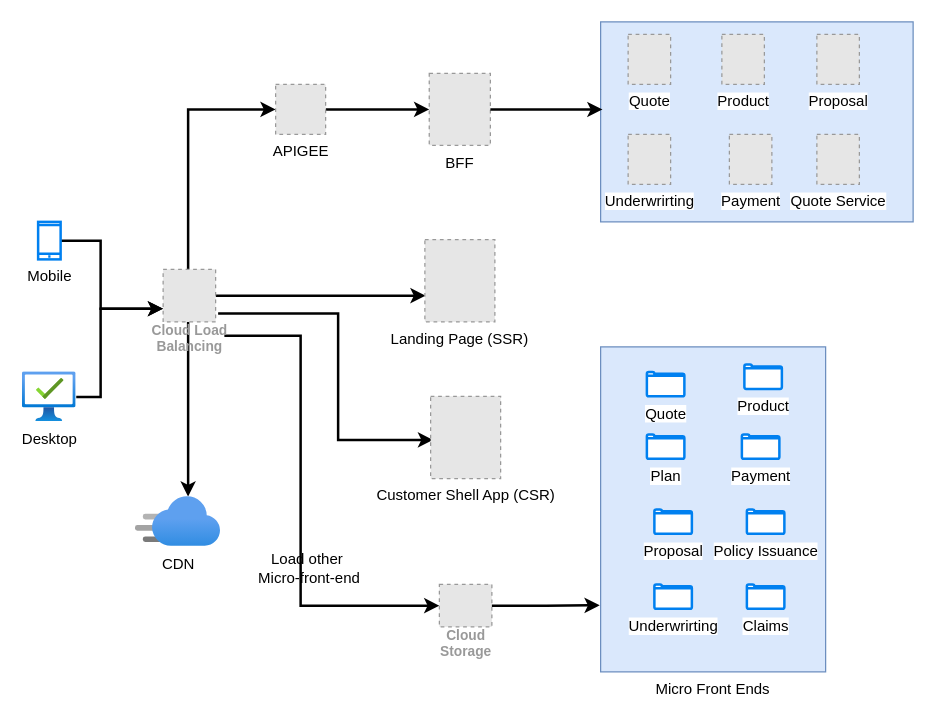
Before: page "Page-2" (2 of 7) of src/Untitled Diagram.drawio in vnshtiwari/root-config, a draw.io diagram. Source tidied: cells renumbered, new cells numbered last; positions are measured from the earlier drawing's top-left corner, leaving out a move shared by most shapes. Both pictures are drawn from the tidied source at 125%, with x=0, y=0 at pixel (21, 21). Pictures stored in the file or linked from it are replaced by grey dashed boxes.
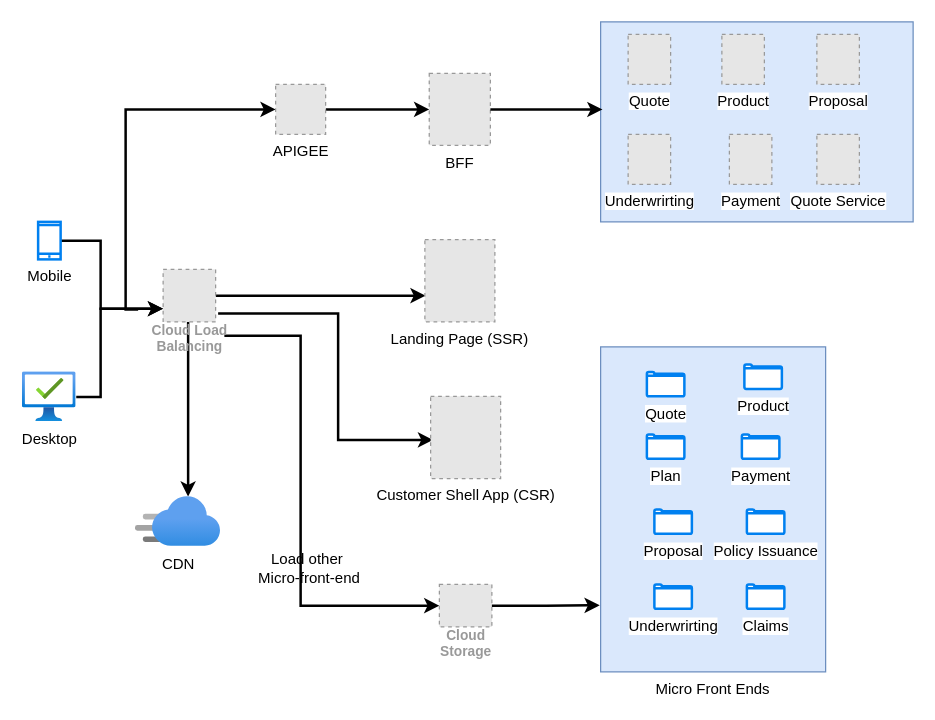
The same page after the edit.

Unchanged cells that the change refers to:
```xml
<mxCell id="12" value="Cloud Load&#10;Balancing" style="fillColor=#E6E6E6;strokeColor=#999999;dashed=1;html=1;verticalAlign=top;labelPosition=center;verticalLabelPosition=bottom;align=center;spacingTop=-6;fontSize=11;fontStyle=1;fontColor=#999999;" parent="1" vertex="1">
  <mxGeometry x="113" y="198" width="42" height="42" as="geometry" />
</mxCell>
<mxCell id="17" value="APIGEE" style="fillColor=#E6E6E6;strokeColor=#999999;dashed=1;html=1;verticalLabelPosition=bottom;labelBackgroundColor=#ffffff;verticalAlign=top;" parent="1" vertex="1">
  <mxGeometry x="203" y="50" width="40" height="40" as="geometry" />
</mxCell>
```

The edit, as a diff of the source:
```diff
@@
-    <mxCell id="11" style="edgeStyle=orthogonalEdgeStyle;rounded=0;jettySize=auto;html=1;strokeWidth=2;" parent="1" edge="1" source="12" target="17">
+    <mxCell id="11" style="edgeStyle=orthogonalEdgeStyle;rounded=0;jettySize=auto;html=1;strokeWidth=2;" parent="1" edge="1" target="17">
       <mxGeometry relative="1" as="geometry">
+        <mxPoint x="93" y="230" as="sourcePoint" />
         <Array as="points">
-          <mxPoint x="133" y="70" />
+          <mxPoint x="83" y="230" />
+          <mxPoint x="83" y="70" />
         </Array>
       </mxGeometry>
     </mxCell>
```
